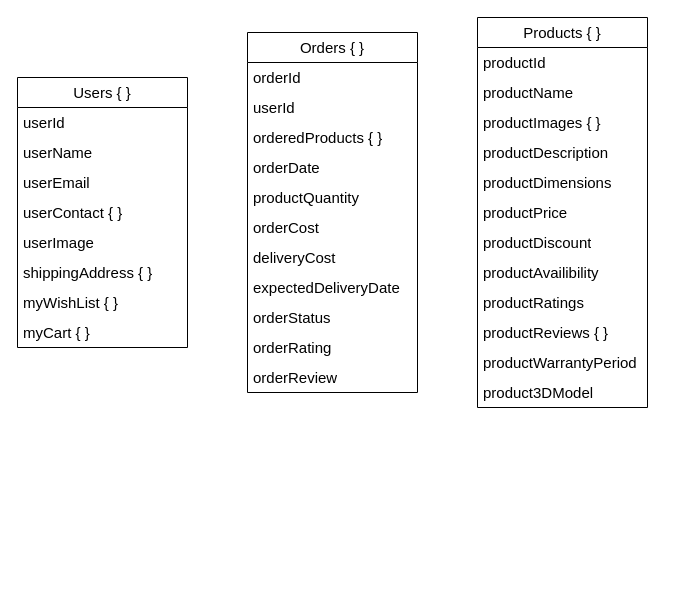
Earlier version of the draw.io diagram noSQLSchema.drawio (v1kasjaiswal/UnrealFurniture). Source tidied: cells renumbered, new cells numbered last; positions are measured from the earlier drawing's top-left corner, leaving out a move shared by most shapes. Both pictures are drawn from the tidied source at 100%, with x=0, y=0 at pixel (17, 17).
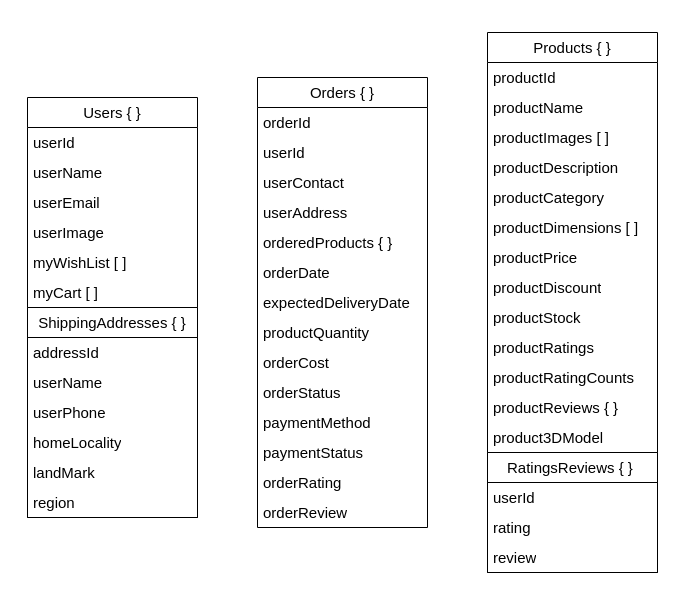
Above is the later version.

Change to the diagram source:
```diff
@@
     <mxCell id="2" value="Users { }" style="swimlane;fontStyle=0;horizontal=1;startSize=30;whiteSpace=wrap;html=1;fontSize=15;" parent="1" vertex="1">
-      <mxGeometry y="60" width="170" height="270" as="geometry" />
+      <mxGeometry x="10" y="80" width="170" height="420" as="geometry" />
     </mxCell>
@@
-    <mxCell id="6" value="userContact { }" style="text;strokeColor=none;fillColor=none;align=left;verticalAlign=middle;spacingLeft=4;spacingRight=4;overflow=hidden;whiteSpace=wrap;html=1;fontSize=15;" parent="2" vertex="1">
-      <mxGeometry y="120" width="170" height="30" as="geometry" />
-    </mxCell>
     <mxCell id="7" value="userImage" style="text;strokeColor=none;fillColor=none;align=left;verticalAlign=middle;spacingLeft=4;spacingRight=4;overflow=hidden;whiteSpace=wrap;html=1;fontSize=15;" parent="2" vertex="1">
-      <mxGeometry y="150" width="170" height="30" as="geometry" />
+      <mxGeometry y="120" width="170" height="30" as="geometry" />
     </mxCell>
-    <mxCell id="8" value="shippingAddress { }" style="text;strokeColor=none;fillColor=none;align=left;verticalAlign=middle;spacingLeft=4;spacingRight=4;overflow=hidden;whiteSpace=wrap;html=1;fontSize=15;" parent="2" vertex="1">
-      <mxGeometry y="180" width="170" height="30" as="geometry" />
-    </mxCell>
-    <mxCell id="9" value="myWishList { }" style="text;strokeColor=none;fillColor=none;align=left;verticalAlign=middle;spacingLeft=4;spacingRight=4;overflow=hidden;whiteSpace=wrap;html=1;fontSize=15;" parent="2" vertex="1">
-      <mxGeometry y="210" width="170" height="30" as="geometry" />
+    <mxCell id="9" value="myWishList [ ]" style="text;strokeColor=none;fillColor=none;align=left;verticalAlign=middle;spacingLeft=4;spacingRight=4;overflow=hidden;whiteSpace=wrap;html=1;fontSize=15;" parent="2" vertex="1">
+      <mxGeometry y="150" width="170" height="30" as="geometry" />
     </mxCell>
-    <mxCell id="10" value="myCart { }" style="text;strokeColor=none;fillColor=none;align=left;verticalAlign=middle;spacingLeft=4;spacingRight=4;overflow=hidden;whiteSpace=wrap;html=1;fontSize=15;" parent="2" vertex="1">
-      <mxGeometry y="240" width="170" height="30" as="geometry" />
+    <mxCell id="10" value="myCart [ ]" style="text;strokeColor=none;fillColor=none;align=left;verticalAlign=middle;spacingLeft=4;spacingRight=4;overflow=hidden;whiteSpace=wrap;html=1;fontSize=15;" parent="2" vertex="1">
+      <mxGeometry y="180" width="170" height="30" as="geometry" />
     </mxCell>
+    <mxCell id="36" value="ShippingAddresses { }" style="swimlane;fontStyle=0;horizontal=1;startSize=30;whiteSpace=wrap;html=1;fontSize=15;" parent="2" vertex="1">
+      <mxGeometry y="210" width="170" height="210" as="geometry" />
+    </mxCell>
+    <mxCell id="37" value="addressId" style="text;strokeColor=none;fillColor=none;align=left;verticalAlign=middle;spacingLeft=4;spacingRight=4;overflow=hidden;whiteSpace=wrap;html=1;fontSize=15;" parent="36" vertex="1">
+      <mxGeometry y="30" width="170" height="30" as="geometry" />
+    </mxCell>
+    <mxCell id="38" value="userName" style="text;strokeColor=none;fillColor=none;align=left;verticalAlign=middle;spacingLeft=4;spacingRight=4;overflow=hidden;whiteSpace=wrap;html=1;fontSize=15;" parent="36" vertex="1">
+      <mxGeometry y="60" width="170" height="30" as="geometry" />
+    </mxCell>
+    <mxCell id="39" value="userPhone" style="text;strokeColor=none;fillColor=none;align=left;verticalAlign=middle;spacingLeft=4;spacingRight=4;overflow=hidden;whiteSpace=wrap;html=1;fontSize=15;" parent="36" vertex="1">
+      <mxGeometry y="90" width="170" height="30" as="geometry" />
+    </mxCell>
+    <mxCell id="40" value="homeLocality" style="text;strokeColor=none;fillColor=none;align=left;verticalAlign=middle;spacingLeft=4;spacingRight=4;overflow=hidden;whiteSpace=wrap;html=1;fontSize=15;" parent="36" vertex="1">
+      <mxGeometry y="120" width="170" height="30" as="geometry" />
+    </mxCell>
+    <mxCell id="41" value="landMark" style="text;strokeColor=none;fillColor=none;align=left;verticalAlign=middle;spacingLeft=4;spacingRight=4;overflow=hidden;whiteSpace=wrap;html=1;fontSize=15;" parent="36" vertex="1">
+      <mxGeometry y="150" width="170" height="30" as="geometry" />
+    </mxCell>
+    <mxCell id="42" value="region" style="text;strokeColor=none;fillColor=none;align=left;verticalAlign=middle;spacingLeft=4;spacingRight=4;overflow=hidden;whiteSpace=wrap;html=1;fontSize=15;" parent="36" vertex="1">
+      <mxGeometry y="180" width="170" height="30" as="geometry" />
+    </mxCell>
     <mxCell id="11" value="Products { }" style="swimlane;fontStyle=0;horizontal=1;startSize=30;whiteSpace=wrap;html=1;fontSize=15;" parent="1" vertex="1">
-      <mxGeometry x="460" width="170" height="390" as="geometry" />
+      <mxGeometry x="470" y="15" width="170" height="540" as="geometry" />
     </mxCell>
@@
-    <mxCell id="14" value="productImages { }" style="text;strokeColor=none;fillColor=none;align=left;verticalAlign=middle;spacingLeft=4;spacingRight=4;overflow=hidden;whiteSpace=wrap;html=1;fontSize=15;" parent="11" vertex="1">
+    <mxCell id="14" value="productImages [ ]" style="text;strokeColor=none;fillColor=none;align=left;verticalAlign=middle;spacingLeft=4;spacingRight=4;overflow=hidden;whiteSpace=wrap;html=1;fontSize=15;" parent="11" vertex="1">
       <mxGeometry y="90" width="170" height="30" as="geometry" />
     </mxCell>
@@
+    <mxCell id="43" value="productCategory" style="text;strokeColor=none;fillColor=none;align=left;verticalAlign=middle;spacingLeft=4;spacingRight=4;overflow=hidden;whiteSpace=wrap;html=1;fontSize=15;" parent="11" vertex="1">
+      <mxGeometry y="150" width="170" height="30" as="geometry" />
+    </mxCell>
-    <mxCell id="16" value="productDimensions" style="text;strokeColor=none;fillColor=none;align=left;verticalAlign=middle;spacingLeft=4;spacingRight=4;overflow=hidden;whiteSpace=wrap;html=1;fontSize=15;" parent="11" vertex="1">
-      <mxGeometry y="150" width="170" height="30" as="geometry" />
+    <mxCell id="16" value="productDimensions [ ]" style="text;strokeColor=none;fillColor=none;align=left;verticalAlign=middle;spacingLeft=4;spacingRight=4;overflow=hidden;whiteSpace=wrap;html=1;fontSize=15;" parent="11" vertex="1">
+      <mxGeometry y="180" width="170" height="30" as="geometry" />
     </mxCell>
     <mxCell id="17" value="productPrice" style="text;strokeColor=none;fillColor=none;align=left;verticalAlign=middle;spacingLeft=4;spacingRight=4;overflow=hidden;whiteSpace=wrap;html=1;fontSize=15;" parent="11" vertex="1">
-      <mxGeometry y="180" width="170" height="30" as="geometry" />
+      <mxGeometry y="210" width="170" height="30" as="geometry" />
     </mxCell>
     <mxCell id="18" value="productDiscount" style="text;strokeColor=none;fillColor=none;align=left;verticalAlign=middle;spacingLeft=4;spacingRight=4;overflow=hidden;whiteSpace=wrap;html=1;fontSize=15;" parent="11" vertex="1">
-      <mxGeometry y="210" width="170" height="30" as="geometry" />
+      <mxGeometry y="240" width="170" height="30" as="geometry" />
     </mxCell>
-    <mxCell id="19" value="productAvailibility" style="text;strokeColor=none;fillColor=none;align=left;verticalAlign=middle;spacingLeft=4;spacingRight=4;overflow=hidden;whiteSpace=wrap;html=1;fontSize=15;" parent="11" vertex="1">
-      <mxGeometry y="240" width="170" height="30" as="geometry" />
+    <mxCell id="19" value="productStock" style="text;strokeColor=none;fillColor=none;align=left;verticalAlign=middle;spacingLeft=4;spacingRight=4;overflow=hidden;whiteSpace=wrap;html=1;fontSize=15;" parent="11" vertex="1">
+      <mxGeometry y="270" width="170" height="30" as="geometry" />
     </mxCell>
     <mxCell id="20" value="productRatings" style="text;strokeColor=none;fillColor=none;align=left;verticalAlign=middle;spacingLeft=4;spacingRight=4;overflow=hidden;whiteSpace=wrap;html=1;fontSize=15;" parent="11" vertex="1">
-      <mxGeometry y="270" width="170" height="30" as="geometry" />
+      <mxGeometry y="300" width="170" height="30" as="geometry" />
     </mxCell>
+    <mxCell id="44" value="productRatingCounts" style="text;strokeColor=none;fillColor=none;align=left;verticalAlign=middle;spacingLeft=4;spacingRight=4;overflow=hidden;whiteSpace=wrap;html=1;fontSize=15;" parent="11" vertex="1">
+      <mxGeometry y="330" width="170" height="30" as="geometry" />
+    </mxCell>
     <mxCell id="21" value="productReviews { }" style="text;strokeColor=none;fillColor=none;align=left;verticalAlign=middle;spacingLeft=4;spacingRight=4;overflow=hidden;whiteSpace=wrap;html=1;fontSize=15;" parent="11" vertex="1">
-      <mxGeometry y="300" width="170" height="30" as="geometry" />
+      <mxGeometry y="360" width="170" height="30" as="geometry" />
     </mxCell>
-    <mxCell id="22" value="productWarrantyPeriod" style="text;strokeColor=none;fillColor=none;align=left;verticalAlign=middle;spacingLeft=4;spacingRight=4;overflow=hidden;whiteSpace=wrap;html=1;fontSize=15;" parent="11" vertex="1">
-      <mxGeometry y="330" width="170" height="30" as="geometry" />
-    </mxCell>
     <mxCell id="23" value="product3DModel" style="text;strokeColor=none;fillColor=none;align=left;verticalAlign=middle;spacingLeft=4;spacingRight=4;overflow=hidden;whiteSpace=wrap;html=1;fontSize=15;" parent="11" vertex="1">
-      <mxGeometry y="360" width="170" height="30" as="geometry" />
+      <mxGeometry y="390" width="170" height="30" as="geometry" />
     </mxCell>
+    <mxCell id="45" value="RatingsReviews { }&amp;nbsp;" style="swimlane;fontStyle=0;horizontal=1;startSize=30;whiteSpace=wrap;html=1;fontSize=15;" parent="11" vertex="1">
+      <mxGeometry y="420" width="170" height="120" as="geometry" />
+    </mxCell>
+    <mxCell id="46" value="userId" style="text;strokeColor=none;fillColor=none;align=left;verticalAlign=middle;spacingLeft=4;spacingRight=4;overflow=hidden;whiteSpace=wrap;html=1;fontSize=15;" parent="45" vertex="1">
+      <mxGeometry y="30" width="170" height="30" as="geometry" />
+    </mxCell>
+    <mxCell id="47" value="rating" style="text;strokeColor=none;fillColor=none;align=left;verticalAlign=middle;spacingLeft=4;spacingRight=4;overflow=hidden;whiteSpace=wrap;html=1;fontSize=15;" parent="45" vertex="1">
+      <mxGeometry y="60" width="170" height="30" as="geometry" />
+    </mxCell>
+    <mxCell id="48" value="review" style="text;strokeColor=none;fillColor=none;align=left;verticalAlign=middle;spacingLeft=4;spacingRight=4;overflow=hidden;whiteSpace=wrap;html=1;fontSize=15;" parent="45" vertex="1">
+      <mxGeometry y="90" width="170" height="30" as="geometry" />
+    </mxCell>
     <mxCell id="24" value="Orders { }" style="swimlane;fontStyle=0;horizontal=1;startSize=30;whiteSpace=wrap;html=1;fontSize=15;" parent="1" vertex="1">
-      <mxGeometry x="230" y="15" width="170" height="360" as="geometry" />
+      <mxGeometry x="240" y="60" width="170" height="450" as="geometry" />
     </mxCell>
@@
+    <mxCell id="49" value="userContact" style="text;strokeColor=none;fillColor=none;align=left;verticalAlign=middle;spacingLeft=4;spacingRight=4;overflow=hidden;whiteSpace=wrap;html=1;fontSize=15;" parent="24" vertex="1">
+      <mxGeometry y="90" width="170" height="30" as="geometry" />
+    </mxCell>
+    <mxCell id="50" value="userAddress" style="text;strokeColor=none;fillColor=none;align=left;verticalAlign=middle;spacingLeft=4;spacingRight=4;overflow=hidden;whiteSpace=wrap;html=1;fontSize=15;" parent="24" vertex="1">
+      <mxGeometry y="120" width="170" height="30" as="geometry" />
+    </mxCell>
     <mxCell id="27" value="orderedProducts { }" style="text;strokeColor=none;fillColor=none;align=left;verticalAlign=middle;spacingLeft=4;spacingRight=4;overflow=hidden;whiteSpace=wrap;html=1;fontSize=15;" parent="24" vertex="1">
-      <mxGeometry y="90" width="170" height="30" as="geometry" />
+      <mxGeometry y="150" width="170" height="30" as="geometry" />
     </mxCell>
     <mxCell id="28" value="orderDate" style="text;strokeColor=none;fillColor=none;align=left;verticalAlign=middle;spacingLeft=4;spacingRight=4;overflow=hidden;whiteSpace=wrap;html=1;fontSize=15;" parent="24" vertex="1">
-      <mxGeometry y="120" width="170" height="30" as="geometry" />
+      <mxGeometry y="180" width="170" height="30" as="geometry" />
     </mxCell>
+    <mxCell id="32" value="expectedDeliveryDate" style="text;strokeColor=none;fillColor=none;align=left;verticalAlign=middle;spacingLeft=4;spacingRight=4;overflow=hidden;whiteSpace=wrap;html=1;fontSize=15;" parent="24" vertex="1">
+      <mxGeometry y="210" width="170" height="30" as="geometry" />
+    </mxCell>
     <mxCell id="29" value="productQuantity" style="text;strokeColor=none;fillColor=none;align=left;verticalAlign=middle;spacingLeft=4;spacingRight=4;overflow=hidden;whiteSpace=wrap;html=1;fontSize=15;" parent="24" vertex="1">
-      <mxGeometry y="150" width="170" height="30" as="geometry" />
+      <mxGeometry y="240" width="170" height="30" as="geometry" />
     </mxCell>
     <mxCell id="30" value="orderCost" style="text;strokeColor=none;fillColor=none;align=left;verticalAlign=middle;spacingLeft=4;spacingRight=4;overflow=hidden;whiteSpace=wrap;html=1;fontSize=15;" parent="24" vertex="1">
-      <mxGeometry y="180" width="170" height="30" as="geometry" />
+      <mxGeometry y="270" width="170" height="30" as="geometry" />
     </mxCell>
-    <mxCell id="31" value="deliveryCost" style="text;strokeColor=none;fillColor=none;align=left;verticalAlign=middle;spacingLeft=4;spacingRight=4;overflow=hidden;whiteSpace=wrap;html=1;fontSize=15;" parent="24" vertex="1">
-      <mxGeometry y="210" width="170" height="30" as="geometry" />
-    </mxCell>
-    <mxCell id="32" value="expectedDeliveryDate" style="text;strokeColor=none;fillColor=none;align=left;verticalAlign=middle;spacingLeft=4;spacingRight=4;overflow=hidden;whiteSpace=wrap;html=1;fontSize=15;" parent="24" vertex="1">
-      <mxGeometry y="240" width="170" height="30" as="geometry" />
-    </mxCell>
     <mxCell id="33" value="orderStatus" style="text;strokeColor=none;fillColor=none;align=left;verticalAlign=middle;spacingLeft=4;spacingRight=4;overflow=hidden;whiteSpace=wrap;html=1;fontSize=15;" parent="24" vertex="1">
-      <mxGeometry y="270" width="170" height="30" as="geometry" />
+      <mxGeometry y="300" width="170" height="30" as="geometry" />
     </mxCell>
+    <mxCell id="51" value="paymentMethod" style="text;strokeColor=none;fillColor=none;align=left;verticalAlign=middle;spacingLeft=4;spacingRight=4;overflow=hidden;whiteSpace=wrap;html=1;fontSize=15;" parent="24" vertex="1">
+      <mxGeometry y="330" width="170" height="30" as="geometry" />
+    </mxCell>
+    <mxCell id="52" value="paymentStatus" style="text;strokeColor=none;fillColor=none;align=left;verticalAlign=middle;spacingLeft=4;spacingRight=4;overflow=hidden;whiteSpace=wrap;html=1;fontSize=15;" parent="24" vertex="1">
+      <mxGeometry y="360" width="170" height="30" as="geometry" />
+    </mxCell>
     <mxCell id="34" value="orderRating" style="text;strokeColor=none;fillColor=none;align=left;verticalAlign=middle;spacingLeft=4;spacingRight=4;overflow=hidden;whiteSpace=wrap;html=1;fontSize=15;" parent="24" vertex="1">
-      <mxGeometry y="300" width="170" height="30" as="geometry" />
+      <mxGeometry y="390" width="170" height="30" as="geometry" />
     </mxCell>
     <mxCell id="35" value="orderReview" style="text;strokeColor=none;fillColor=none;align=left;verticalAlign=middle;spacingLeft=4;spacingRight=4;overflow=hidden;whiteSpace=wrap;html=1;fontSize=15;" parent="24" vertex="1">
-      <mxGeometry y="330" width="170" height="30" as="geometry" />
+      <mxGeometry y="420" width="170" height="30" as="geometry" />
     </mxCell>
```
